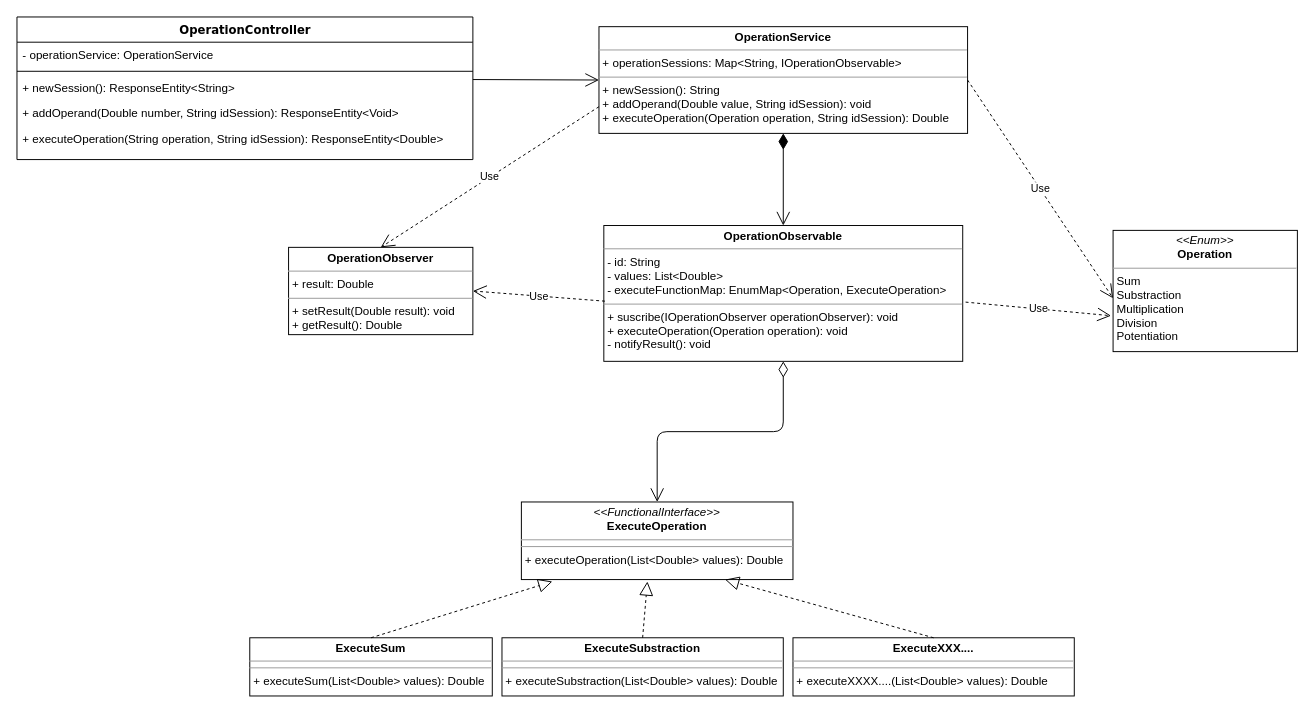
Before: Untitled Diagram.drawio in enavarrom/operatortest, a draw.io diagram. Source tidied: cells renumbered, new cells numbered last; positions are measured from the earlier drawing's top-left corner, leaving out a move shared by most shapes. Both pictures are drawn from the tidied source at 97%, with x=0, y=0 at pixel (16, 16).
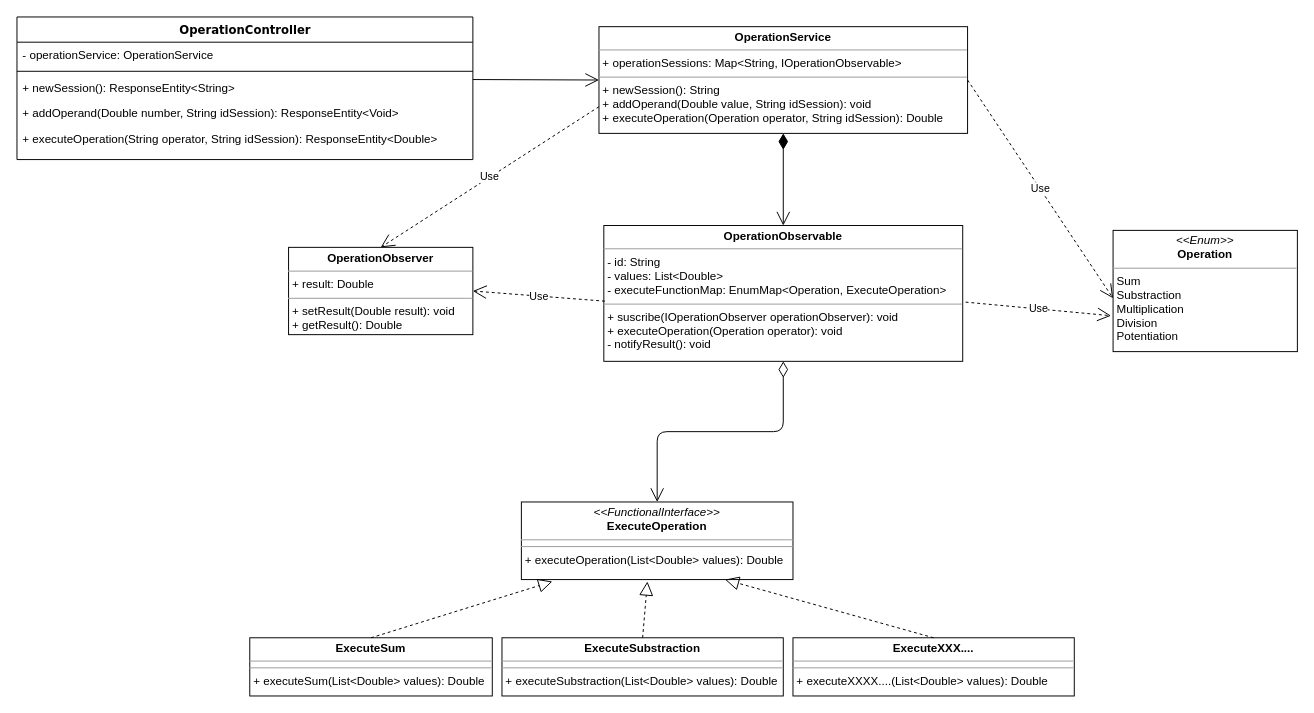
The same page after the edit.

Unchanged cells that the change refers to:
```xml
<mxCell id="2" value="&lt;div&gt;OperationController&lt;/div&gt;" style="swimlane;html=1;fontStyle=1;align=center;verticalAlign=top;horizontal=1;startSize=26;swimlaneFillColor=#ffffff;rounded=0;shadow=0;comic=0;labelBackgroundColor=none;strokeWidth=1;fillColor=none;fontFamily=Verdana;fontSize=12;" parent="1" vertex="1">
  <mxGeometry width="470" height="147" as="geometry" />
</mxCell>
```

Diff of the diagram source:
```diff
@@
-    <mxCell id="7" value="+ executeOperation(String operation, String idSession): ResponseEntity&amp;lt;Double&amp;gt;" style="text;html=1;strokeColor=none;fillColor=none;align=left;verticalAlign=top;spacingLeft=4;spacingRight=4;whiteSpace=wrap;overflow=hidden;" parent="2" vertex="1">
+    <mxCell id="7" value="+ executeOperation(String operator, String idSession): ResponseEntity&amp;lt;Double&amp;gt;" style="text;html=1;strokeColor=none;fillColor=none;align=left;verticalAlign=top;spacingLeft=4;spacingRight=4;whiteSpace=wrap;overflow=hidden;" parent="2" vertex="1">
       <mxGeometry y="112" width="470" height="26" as="geometry" />
     </mxCell>
@@
-    <mxCell id="10" value="&lt;p style=&quot;margin: 0px ; margin-top: 4px ; text-align: center&quot;&gt;&lt;b&gt;OperationObservable&lt;/b&gt;&lt;/p&gt;&lt;hr size=&quot;1&quot;&gt;&lt;p style=&quot;margin: 0px ; margin-left: 4px&quot;&gt;- id: String&lt;br&gt;- values: List&amp;lt;Double&amp;gt;&lt;/p&gt;&lt;p style=&quot;margin: 0px ; margin-left: 4px&quot;&gt;- executeFunctionMap: EnumMap&amp;lt;Operation, ExecuteOperation&amp;gt;&lt;br&gt;&lt;/p&gt;&lt;hr size=&quot;1&quot;&gt;&lt;p style=&quot;margin: 0px ; margin-left: 4px&quot;&gt;+ suscribe(IOperationObserver operationObserver): void&lt;br&gt;+ executeOperation(Operation operation): void&lt;/p&gt;&lt;p style=&quot;margin: 0px ; margin-left: 4px&quot;&gt;- notifyResult(): void&lt;br&gt;&lt;/p&gt;" style="verticalAlign=top;align=left;overflow=fill;fontSize=12;fontFamily=Helvetica;html=1;" parent="1" vertex="1">
+    <mxCell id="10" value="&lt;p style=&quot;margin: 0px ; margin-top: 4px ; text-align: center&quot;&gt;&lt;b&gt;OperationObservable&lt;/b&gt;&lt;/p&gt;&lt;hr size=&quot;1&quot;&gt;&lt;p style=&quot;margin: 0px ; margin-left: 4px&quot;&gt;- id: String&lt;br&gt;- values: List&amp;lt;Double&amp;gt;&lt;/p&gt;&lt;p style=&quot;margin: 0px ; margin-left: 4px&quot;&gt;- executeFunctionMap: EnumMap&amp;lt;Operation, ExecuteOperation&amp;gt;&lt;br&gt;&lt;/p&gt;&lt;hr size=&quot;1&quot;&gt;&lt;p style=&quot;margin: 0px ; margin-left: 4px&quot;&gt;+ suscribe(IOperationObserver operationObserver): void&lt;br&gt;+ executeOperation(Operation operator): void&lt;/p&gt;&lt;p style=&quot;margin: 0px ; margin-left: 4px&quot;&gt;- notifyResult(): void&lt;br&gt;&lt;/p&gt;" style="verticalAlign=top;align=left;overflow=fill;fontSize=12;fontFamily=Helvetica;html=1;" parent="1" vertex="1">
       <mxGeometry x="605" y="215" width="370" height="140" as="geometry" />
     </mxCell>
-    <mxCell id="11" value="&lt;p style=&quot;margin: 0px ; margin-top: 4px ; text-align: center&quot;&gt;&lt;b&gt;OperationService&lt;/b&gt;&lt;br&gt;&lt;/p&gt;&lt;hr size=&quot;1&quot;&gt;&lt;p style=&quot;margin: 0px ; margin-left: 4px&quot;&gt;+ operationSessions: Map&amp;lt;String, IOperationObservable&amp;gt;&lt;/p&gt;&lt;hr size=&quot;1&quot;&gt;&lt;p style=&quot;margin: 0px ; margin-left: 4px&quot;&gt;+ newSession(): String&lt;/p&gt;&lt;p style=&quot;margin: 0px ; margin-left: 4px&quot;&gt;+ addOperand(Double value, String idSession): void&lt;/p&gt;&lt;p style=&quot;margin: 0px ; margin-left: 4px&quot;&gt;+ executeOperation(Operation operation, String idSession): Double&lt;br&gt;&lt;/p&gt;" style="verticalAlign=top;align=left;overflow=fill;fontSize=12;fontFamily=Helvetica;html=1;" parent="1" vertex="1">
+    <mxCell id="11" value="&lt;p style=&quot;margin: 0px ; margin-top: 4px ; text-align: center&quot;&gt;&lt;b&gt;OperationService&lt;/b&gt;&lt;br&gt;&lt;/p&gt;&lt;hr size=&quot;1&quot;&gt;&lt;p style=&quot;margin: 0px ; margin-left: 4px&quot;&gt;+ operationSessions: Map&amp;lt;String, IOperationObservable&amp;gt;&lt;/p&gt;&lt;hr size=&quot;1&quot;&gt;&lt;p style=&quot;margin: 0px ; margin-left: 4px&quot;&gt;+ newSession(): String&lt;/p&gt;&lt;p style=&quot;margin: 0px ; margin-left: 4px&quot;&gt;+ addOperand(Double value, String idSession): void&lt;/p&gt;&lt;p style=&quot;margin: 0px ; margin-left: 4px&quot;&gt;+ executeOperation(Operation operator, String idSession): Double&lt;br&gt;&lt;/p&gt;" style="verticalAlign=top;align=left;overflow=fill;fontSize=12;fontFamily=Helvetica;html=1;" parent="1" vertex="1">
       <mxGeometry x="600" y="10" width="380" height="110" as="geometry" />
     </mxCell>
```
